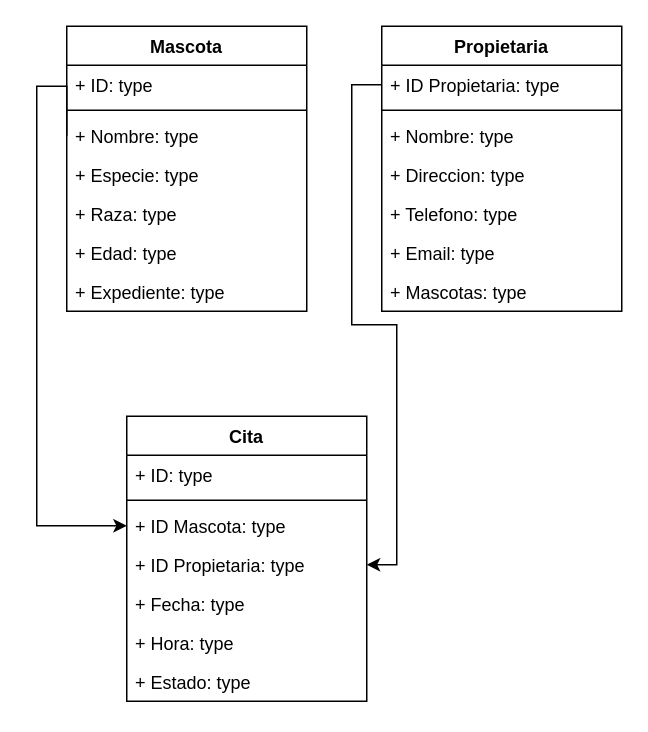
Earlier version of the draw.io diagram Diagrama sin título.drawio (NixieNixi/diagramaClases). Source tidied: cells renumbered, new cells numbered last; positions are measured from the earlier drawing's top-left corner, leaving out a move shared by most shapes. Both pictures are drawn from the tidied source at 150%, with x=0, y=0 at pixel (36, 26).
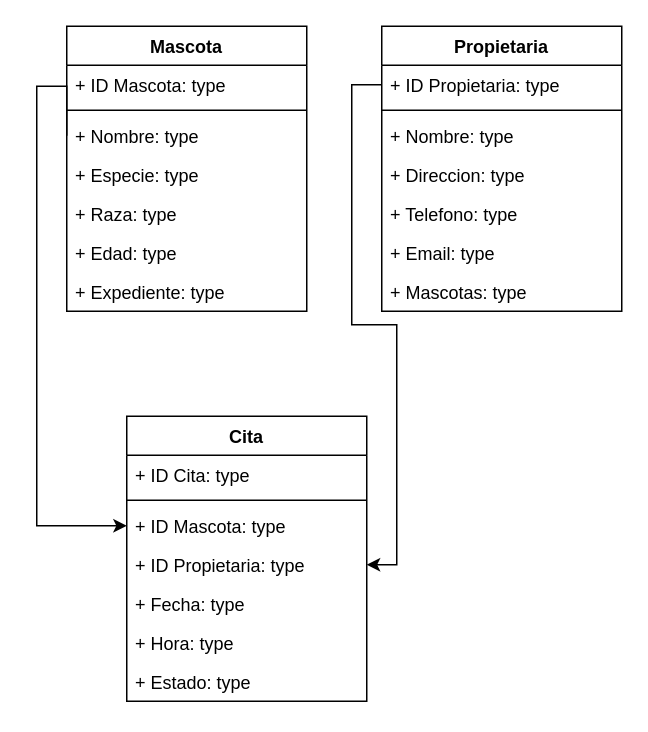
The same diagram, later.

Commit message:
Clase Cita / correcion de sintaxis

The change refers to these unchanged cells:
```xml
<mxCell id="2" value="Mascota" style="swimlane;fontStyle=1;align=center;verticalAlign=top;horizontal=1;startSize=26;whiteSpace=wrap;html=1;" parent="1" vertex="1">
  <mxGeometry x="20" width="160" height="190" as="geometry" />
</mxCell>
<mxCell id="18" value="Cita" style="swimlane;fontStyle=1;align=center;verticalAlign=top;horizontal=1;startSize=26;whiteSpace=wrap;html=1;" parent="1" vertex="1">
  <mxGeometry x="60" y="260" width="160" height="190" as="geometry" />
</mxCell>
```

Diff of the diagram source:
```diff
@@
-    <mxCell id="3" value="+ ID: type" style="text;strokeColor=none;fillColor=none;align=left;verticalAlign=top;spacingLeft=4;spacingRight=4;overflow=hidden;whiteSpace=wrap;html=1;" parent="2" vertex="1">
+    <mxCell id="3" value="+ ID Mascota: type" style="text;strokeColor=none;fillColor=none;align=left;verticalAlign=top;spacingLeft=4;spacingRight=4;overflow=hidden;whiteSpace=wrap;html=1;" parent="2" vertex="1">
       <mxGeometry y="26" width="160" height="26" as="geometry" />
     </mxCell>
@@
-    <mxCell id="19" value="+ ID: type" style="text;strokeColor=none;fillColor=none;align=left;verticalAlign=top;spacingLeft=4;spacingRight=4;overflow=hidden;whiteSpace=wrap;html=1;" parent="18" vertex="1">
+    <mxCell id="19" value="+ ID Cita: type" style="text;strokeColor=none;fillColor=none;align=left;verticalAlign=top;spacingLeft=4;spacingRight=4;overflow=hidden;whiteSpace=wrap;html=1;" parent="18" vertex="1">
       <mxGeometry y="26" width="160" height="26" as="geometry" />
     </mxCell>
```
